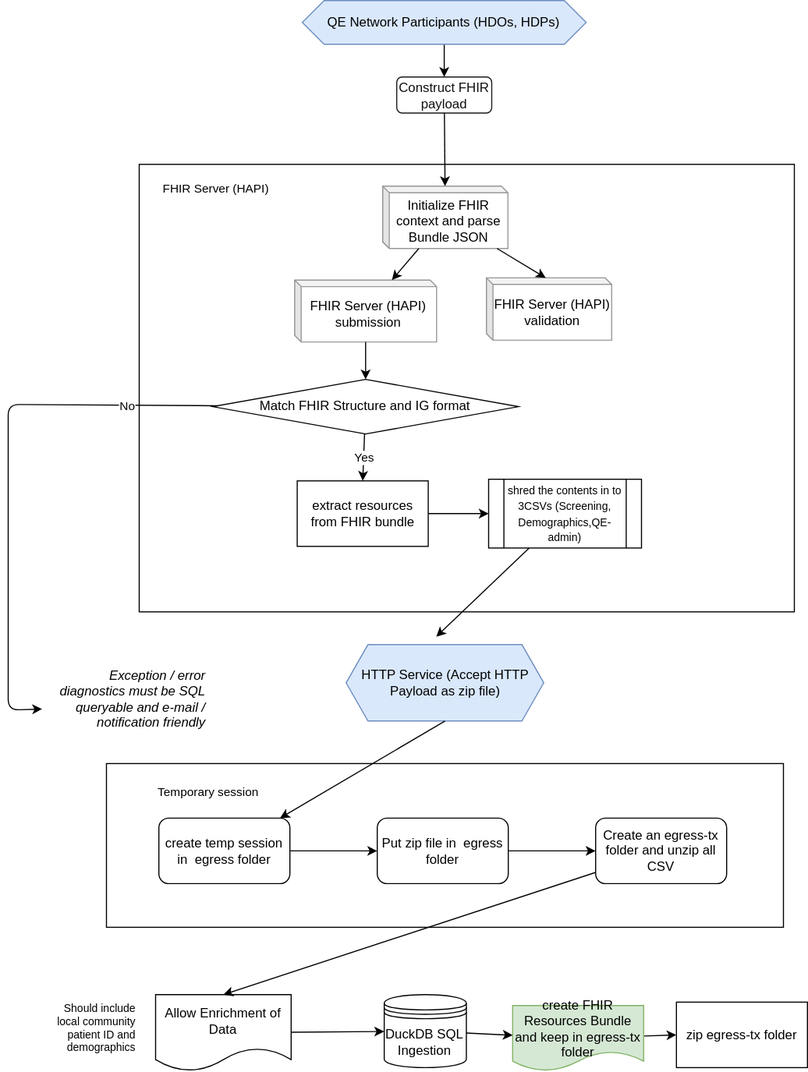
The draw.io diagram support/docs/fhir-expanded.drawio.svg in qe-collaborative-services/1115-hub, before a commit. Source tidied: cells renumbered, new cells last; positions are measured from the earlier drawing's top-left corner, leaving out a move shared by most shapes.
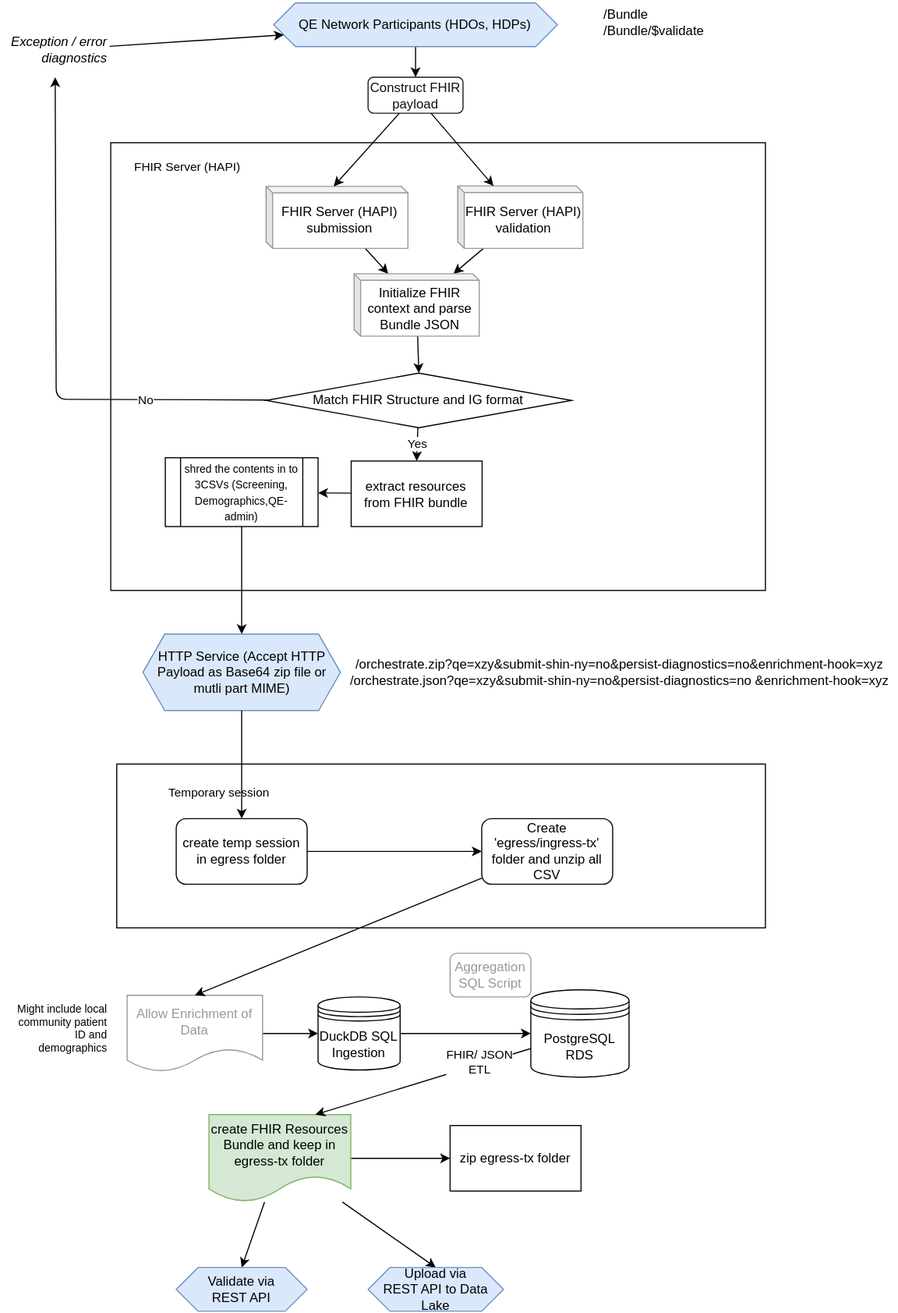
Above is the later version.

Commit message:
docs: Update and expand FHIR flow

What changed in the source:
```diff
@@ -6,40 +6,46 @@
       <mxGeometry relative="1" as="geometry" />
     </mxCell>
     <mxCell id="3" value="create FHIR Resources Bundle and keep in egress-tx folder" style="shape=document;whiteSpace=wrap;html=1;boundedLbl=1;fillColor=#d5e8d4;strokeColor=#82b366;" parent="1" vertex="1">
-      <mxGeometry x="462" y="920.7" width="120" height="60" as="geometry" />
+      <mxGeometry x="210" y="1020" width="130" height="80" as="geometry" />
     </mxCell>
     <mxCell id="4" style="edgeStyle=none;html=1;" parent="1" edge="1" source="5" target="8">
       <mxGeometry relative="1" as="geometry" />
     </mxCell>
     <mxCell id="5" value="QE Network Participants (HDOs, HDPs)" style="shape=hexagon;perimeter=hexagonPerimeter2;whiteSpace=wrap;html=1;fixedSize=1;fillColor=#dae8fc;strokeColor=#6c8ebf;" parent="1" vertex="1">
-      <mxGeometry x="269.4" width="260" height="40" as="geometry" />
+      <mxGeometry x="269.4" y="2" width="260" height="40" as="geometry" />
     </mxCell>
+    <mxCell id="41" style="edgeStyle=none;html=1;entryX=0;entryY=0.75;entryDx=0;entryDy=0;fontColor=#999999;" parent="1" edge="1" source="6" target="5">
+      <mxGeometry relative="1" as="geometry" />
+    </mxCell>
-    <mxCell id="6" value="&lt;span style=&quot;&quot;&gt;Exception / error diagnostics must be SQL queryable and e-mail / notification friendly&lt;/span&gt;" style="text;html=1;strokeColor=none;fillColor=none;align=right;verticalAlign=middle;whiteSpace=wrap;rounded=0;fontStyle=2;" parent="1" vertex="1">
-      <mxGeometry x="30" y="610" width="153" height="60" as="geometry" />
+    <mxCell id="6" value="&lt;span style=&quot;&quot;&gt;Exception / error diagnostics&lt;/span&gt;" style="text;html=1;strokeColor=none;fillColor=none;align=right;verticalAlign=middle;whiteSpace=wrap;rounded=0;fontStyle=2;" parent="1" vertex="1">
+      <mxGeometry x="19" y="20" width="100" height="50" as="geometry" />
     </mxCell>
-    <mxCell id="7" value="HTTP Service (Accept HTTP Payload as zip file)" style="shape=hexagon;perimeter=hexagonPerimeter2;whiteSpace=wrap;html=1;fixedSize=1;fillColor=#dae8fc;strokeColor=#6c8ebf;" parent="1" vertex="1">
-      <mxGeometry x="309.5" y="590" width="181" height="70" as="geometry" />
+    <mxCell id="7" value="HTTP Service (Accept HTTP Payload as Base64 zip file or mutli part MIME)" style="shape=hexagon;perimeter=hexagonPerimeter2;whiteSpace=wrap;html=1;fixedSize=1;fillColor=#dae8fc;strokeColor=#6c8ebf;" parent="1" vertex="1">
+      <mxGeometry x="149.5" y="580" width="181" height="70" as="geometry" />
     </mxCell>
     <mxCell id="8" value="&lt;font color=&quot;#100f0f&quot;&gt;Construct FHIR payload&lt;/font&gt;" style="rounded=1;whiteSpace=wrap;html=1;fontColor=#999999;strokeColor=#1d1b1b;" parent="1" vertex="1">
       <mxGeometry x="355.9" y="70" width="87" height="33" as="geometry" />
     </mxCell>
     <mxCell id="9" style="html=1;whiteSpace=wrap;" parent="1" vertex="1">
-      <mxGeometry x="120" y="150" width="600" height="410" as="geometry" />
+      <mxGeometry x="120" y="130" width="600" height="410" as="geometry" />
     </mxCell>
+    <mxCell id="42" style="edgeStyle=none;html=1;fontColor=#000000;" parent="9" edge="1" source="10" target="19">
+      <mxGeometry relative="1" as="geometry" />
+    </mxCell>
     <mxCell id="10" value="&lt;font color=&quot;#000000&quot;&gt;FHIR Server (HAPI) submission&lt;/font&gt;" style="shape=cube;whiteSpace=wrap;html=1;boundedLbl=1;backgroundOutline=1;darkOpacity=0.05;darkOpacity2=0.1;strokeColor=#999999;fontColor=#999999;size=6;" parent="9" vertex="1">
-      <mxGeometry x="142.3" y="106" width="130" height="56.8" as="geometry" />
+      <mxGeometry x="142.3" y="40" width="130" height="56.8" as="geometry" />
     </mxCell>
+    <mxCell id="43" style="edgeStyle=none;html=1;fontColor=#000000;" parent="9" edge="1" source="11" target="19">
+      <mxGeometry relative="1" as="geometry" />
+    </mxCell>
     <mxCell id="11" value="&lt;font color=&quot;#000000&quot;&gt;FHIR Server (HAPI) validation&lt;/font&gt;" style="shape=cube;whiteSpace=wrap;html=1;boundedLbl=1;backgroundOutline=1;darkOpacity=0.05;darkOpacity2=0.1;strokeColor=#999999;fontColor=#999999;size=6;" parent="9" vertex="1">
-      <mxGeometry x="318" y="104" width="114.7" height="57.1" as="geometry" />
+      <mxGeometry x="318" y="39.6" width="114.7" height="57.1" as="geometry" />
     </mxCell>
     <mxCell id="12" value="Match FHIR Structure and IG format" style="rhombus;whiteSpace=wrap;html=1;" parent="9" vertex="1">
-      <mxGeometry x="67.3" y="197" width="280" height="50" as="geometry" />
+      <mxGeometry x="142.3" y="211" width="280" height="50" as="geometry" />
     </mxCell>
-    <mxCell id="13" style="edgeStyle=none;html=1;" parent="9" edge="1" source="10" target="12">
-      <mxGeometry relative="1" as="geometry" />
-    </mxCell>
     <mxCell id="14" value="&lt;span style=&quot;font-size: 10px; text-align: right;&quot;&gt;shred the contents in to 3CSVs (Screening, Demographics,QE-admin)&lt;/span&gt;" style="shape=process;whiteSpace=wrap;html=1;backgroundOutline=1;" parent="9" vertex="1">
-      <mxGeometry x="320" y="288.5" width="140" height="63" as="geometry" />
+      <mxGeometry x="50" y="288.5" width="140" height="63" as="geometry" />
     </mxCell>
     <mxCell id="15" value="Yes" style="edgeStyle=none;html=1;entryX=0.5;entryY=0;entryDx=0;entryDy=0;" parent="9" edge="1" source="12" target="18">
       <mxGeometry relative="1" as="geometry" />
@@ -53,66 +59,41 @@
       <mxGeometry relative="1" as="geometry" />
     </mxCell>
     <mxCell id="18" value="extract resources from FHIR bundle" style="rounded=0;whiteSpace=wrap;html=1;" parent="9" vertex="1">
-      <mxGeometry x="144.7" y="290" width="120" height="60" as="geometry" />
+      <mxGeometry x="220.3" y="291.5" width="120" height="60" as="geometry" />
     </mxCell>
+    <mxCell id="44" style="edgeStyle=none;html=1;entryX=0.5;entryY=0;entryDx=0;entryDy=0;fontColor=#000000;" parent="9" edge="1" source="19" target="12">
+      <mxGeometry relative="1" as="geometry" />
+    </mxCell>
     <mxCell id="19" value="&lt;font color=&quot;#000000&quot;&gt;Initialize FHIR context and parse Bundle JSON&lt;/font&gt;" style="shape=cube;whiteSpace=wrap;html=1;boundedLbl=1;backgroundOutline=1;darkOpacity=0.05;darkOpacity2=0.1;strokeColor=#999999;fontColor=#999999;size=6;" parent="9" vertex="1">
-      <mxGeometry x="223" y="20" width="114.7" height="57.1" as="geometry" />
+      <mxGeometry x="223" y="120" width="114.7" height="57.1" as="geometry" />
     </mxCell>
-    <mxCell id="20" style="edgeStyle=none;html=1;entryX=0;entryY=0;entryDx=54.35;entryDy=0;entryPerimeter=0;" parent="9" edge="1" source="19" target="11">
-      <mxGeometry relative="1" as="geometry" />
-    </mxCell>
-    <mxCell id="21" style="edgeStyle=none;html=1;" parent="9" edge="1" source="19" target="10">
-      <mxGeometry relative="1" as="geometry" />
-    </mxCell>
-    <mxCell id="22" style="edgeStyle=none;html=1;entryX=0.007;entryY=0.65;entryDx=0;entryDy=0;entryPerimeter=0;" parent="1" edge="1" source="12" target="6">
-      <mxGeometry relative="1" as="geometry">
-        <Array as="points">
-          <mxPoint y="370" />
-          <mxPoint y="650" />
-        </Array>
-      </mxGeometry>
-    </mxCell>
-    <mxCell id="23" value="No" style="edgeLabel;html=1;align=center;verticalAlign=middle;" parent="22" vertex="1">
-      <mxGeometry x="-0.67" y="1" relative="1" as="geometry" />
-    </mxCell>
-    <mxCell id="24" style="edgeStyle=none;html=1;entryX=0.556;entryY=-0.029;entryDx=0;entryDy=0;entryPerimeter=0;" parent="1" edge="1" source="14">
-      <mxGeometry relative="1" as="geometry">
-        <mxPoint x="392" y="582.8" as="targetPoint" />
-      </mxGeometry>
+    <mxCell id="24" style="edgeStyle=none;html=1;entryX=0.5;entryY=0;entryDx=0;entryDy=0;" parent="1" edge="1" source="14" target="7">
+      <mxGeometry relative="1" as="geometry" />
     </mxCell>
-    <mxCell id="25" style="edgeStyle=none;html=1;" parent="1" edge="1" source="8" target="19">
-      <mxGeometry relative="1" as="geometry" />
-    </mxCell>
     <mxCell id="26" style="html=1;whiteSpace=wrap;" parent="1" vertex="1">
-      <mxGeometry x="90" y="699" width="620" height="150" as="geometry" />
+      <mxGeometry x="125.5" y="699" width="594.5" height="150" as="geometry" />
     </mxCell>
     <mxCell id="27" value="Temporary session" style="edgeLabel;html=1;align=center;verticalAlign=middle;fontColor=#000000;" parent="26" vertex="1">
       <mxGeometry x="350" y="408.5" as="geometry">
         <mxPoint x="-257" y="-383" as="offset" />
       </mxGeometry>
     </mxCell>
-    <mxCell id="28" style="edgeStyle=none;html=1;" parent="26" edge="1" source="29" target="31">
+    <mxCell id="28" style="edgeStyle=none;html=1;entryX=0;entryY=0.5;entryDx=0;entryDy=0;" parent="26" edge="1" source="29" target="32">
       <mxGeometry relative="1" as="geometry" />
     </mxCell>
-    <mxCell id="29" value="create temp session in&amp;nbsp; egress folder&amp;nbsp;" style="rounded=1;whiteSpace=wrap;html=1;" parent="26" vertex="1">
-      <mxGeometry x="48" y="50" width="120" height="60" as="geometry" />
+    <mxCell id="29" value="create temp session in egress folder&amp;nbsp;" style="rounded=1;whiteSpace=wrap;html=1;" parent="26" vertex="1">
+      <mxGeometry x="54.5" y="50" width="120" height="60" as="geometry" />
     </mxCell>
-    <mxCell id="30" style="edgeStyle=none;html=1;" parent="26" edge="1" source="31" target="32">
-      <mxGeometry relative="1" as="geometry" />
-    </mxCell>
-    <mxCell id="31" value="Put zip file in&amp;nbsp; egress folder" style="whiteSpace=wrap;html=1;rounded=1;" parent="26" vertex="1">
-      <mxGeometry x="248" y="50" width="120" height="60" as="geometry" />
-    </mxCell>
-    <mxCell id="32" value="Create an egress-tx folder and unzip all CSV" style="whiteSpace=wrap;html=1;rounded=1;" parent="26" vertex="1">
-      <mxGeometry x="448" y="50" width="120" height="60" as="geometry" />
+    <mxCell id="32" value="Create 'egress/ingress-tx' folder and unzip all CSV" style="whiteSpace=wrap;html=1;rounded=1;" parent="26" vertex="1">
+      <mxGeometry x="334.5" y="50" width="120" height="60" as="geometry" />
     </mxCell>
     <mxCell id="33" style="edgeStyle=none;html=1;" parent="1" edge="1" source="34" target="40">
       <mxGeometry relative="1" as="geometry" />
     </mxCell>
-    <mxCell id="34" value="Allow Enrichment of Data" style="shape=document;whiteSpace=wrap;html=1;boundedLbl=1;" parent="1" vertex="1">
+    <mxCell id="34" value="&lt;font color=&quot;#999999&quot;&gt;Allow Enrichment of Data&lt;/font&gt;" style="shape=document;whiteSpace=wrap;html=1;boundedLbl=1;strokeColor=#999999;" parent="1" vertex="1">
       <mxGeometry x="135" y="910.7" width="124.2" height="70" as="geometry" />
     </mxCell>
-    <mxCell id="35" value="Should include local community patient ID and demographics" style="text;html=1;strokeColor=none;fillColor=none;align=right;verticalAlign=middle;whiteSpace=wrap;rounded=0;fontColor=#000000;fontSize=10;" parent="1" vertex="1">
+    <mxCell id="35" value="Might include local community patient ID and demographics" style="text;html=1;strokeColor=none;fillColor=none;align=right;verticalAlign=middle;whiteSpace=wrap;rounded=0;fontColor=#000000;fontSize=10;" parent="1" vertex="1">
       <mxGeometry x="32" y="901" width="87" height="79.7" as="geometry" />
     </mxCell>
     <mxCell id="36" style="edgeStyle=none;html=1;entryX=0.5;entryY=0;entryDx=0;entryDy=0;" parent="1" edge="1" source="32" target="34">
@@ -122,13 +103,59 @@
       <mxGeometry relative="1" as="geometry" />
     </mxCell>
     <mxCell id="38" value="zip egress-tx folder" style="rounded=0;whiteSpace=wrap;html=1;" parent="1" vertex="1">
-      <mxGeometry x="612" y="917.6" width="120" height="60" as="geometry" />
+      <mxGeometry x="431" y="1030" width="120" height="60" as="geometry" />
     </mxCell>
-    <mxCell id="39" style="edgeStyle=none;html=1;" parent="1" edge="1" source="40" target="3">
-      <mxGeometry relative="1" as="geometry" />
-    </mxCell>
+    <mxCell id="45" style="edgeStyle=none;html=1;entryX=0;entryY=0.5;entryDx=0;entryDy=0;fontColor=#000000;" parent="1" edge="1" source="40" target="54">
+      <mxGeometry relative="1" as="geometry" />
+    </mxCell>
     <mxCell id="40" value="DuckDB SQL Ingestion" style="shape=datastore;whiteSpace=wrap;html=1;" parent="1" vertex="1">
-      <mxGeometry x="344.4" y="910.7" width="75.2" height="66.9" as="geometry" />
+      <mxGeometry x="310" y="912.3" width="75.2" height="66.9" as="geometry" />
     </mxCell>
+    <mxCell id="46" value="&lt;font color=&quot;#000000&quot;&gt;/orchestrate.zip?qe=xzy&amp;amp;submit-shin-ny=no&amp;amp;persist-diagnostics=no&amp;amp;enrichment-hook=xyz&lt;br&gt;&lt;/font&gt;&lt;span style=&quot;color: rgb(0, 0, 0);&quot;&gt;/orchestrate.json?qe=xzy&amp;amp;submit-shin-ny=no&amp;amp;persist-diagnostics=no&lt;/span&gt;&lt;span style=&quot;color: rgb(0, 0, 0);&quot;&gt;&amp;amp;enrichment-hook=xyz&lt;/span&gt;&lt;font color=&quot;#000000&quot;&gt;&lt;br&gt;&lt;/font&gt;" style="text;html=1;align=center;verticalAlign=middle;strokeColor=none;fillColor=none;fontColor=#999999;" parent="1" vertex="1">
+      <mxGeometry x="330.5" y="595" width="510" height="40" as="geometry" />
+    </mxCell>
+    <mxCell id="47" value="/Bundle&lt;br&gt;/Bundle/$validate" style="text;html=1;align=left;verticalAlign=middle;strokeColor=none;fillColor=none;fontColor=#000000;" parent="1" vertex="1">
+      <mxGeometry x="570" width="120" height="40" as="geometry" />
+    </mxCell>
+    <mxCell id="22" style="edgeStyle=none;html=1;fontColor=#000000;" parent="1" edge="1" source="12" target="6">
+      <mxGeometry relative="1" as="geometry">
+        <Array as="points">
+          <mxPoint x="70" y="365" />
+        </Array>
+      </mxGeometry>
+    </mxCell>
+    <mxCell id="23" value="No" style="edgeLabel;html=1;align=center;verticalAlign=middle;fontColor=#000000;" parent="22" vertex="1">
+      <mxGeometry x="-0.54" relative="1" as="geometry" />
+    </mxCell>
+    <mxCell id="48" style="edgeStyle=none;html=1;entryX=0;entryY=0;entryDx=62;entryDy=0;entryPerimeter=0;fontColor=#000000;" parent="1" edge="1" source="8" target="10">
+      <mxGeometry relative="1" as="geometry" />
+    </mxCell>
+    <mxCell id="49" style="edgeStyle=none;html=1;fontColor=#000000;" parent="1" edge="1" source="8" target="11">
+      <mxGeometry relative="1" as="geometry" />
+    </mxCell>
+    <mxCell id="50" style="edgeStyle=none;html=1;entryX=0.5;entryY=0;entryDx=0;entryDy=0;fontColor=#000000;" parent="1" edge="1" source="3" target="55">
+      <mxGeometry relative="1" as="geometry" />
+    </mxCell>
+    <mxCell id="51" style="edgeStyle=none;html=1;entryX=0.5;entryY=0;entryDx=0;entryDy=0;strokeColor=#000000;fontColor=#999999;" parent="1" edge="1" source="3" target="56">
+      <mxGeometry relative="1" as="geometry" />
+    </mxCell>
+    <mxCell id="52" style="edgeStyle=none;html=1;entryX=0.75;entryY=0;entryDx=0;entryDy=0;fontColor=#000000;" parent="1" edge="1" source="54" target="3">
+      <mxGeometry relative="1" as="geometry" />
+    </mxCell>
+    <mxCell id="53" value="FHIR/ JSON&lt;br&gt;ETL" style="edgeLabel;html=1;align=center;verticalAlign=middle;fontColor=#000000;" parent="52" vertex="1">
+      <mxGeometry x="-0.53" y="-2" relative="1" as="geometry" />
+    </mxCell>
+    <mxCell id="54" value="PostgreSQL RDS" style="shape=datastore;whiteSpace=wrap;html=1;" parent="1" vertex="1">
+      <mxGeometry x="505" y="905.7" width="90" height="80" as="geometry" />
+    </mxCell>
+    <mxCell id="55" value="Validate via&lt;br&gt;REST API" style="shape=hexagon;perimeter=hexagonPerimeter2;whiteSpace=wrap;html=1;fixedSize=1;fillColor=#dae8fc;strokeColor=#6c8ebf;" parent="1" vertex="1">
+      <mxGeometry x="180" y="1160" width="120" height="40" as="geometry" />
+    </mxCell>
+    <mxCell id="56" value="Upload via&lt;br&gt;REST API to Data Lake" style="shape=hexagon;perimeter=hexagonPerimeter2;whiteSpace=wrap;html=1;fixedSize=1;fillColor=#dae8fc;strokeColor=#6c8ebf;" parent="1" vertex="1">
+      <mxGeometry x="355.9" y="1160" width="124.2" height="40" as="geometry" />
+    </mxCell>
+    <mxCell id="57" value="Aggregation SQL Script" style="rounded=1;whiteSpace=wrap;html=1;fontColor=#999999;strokeColor=#999999;" parent="1" vertex="1">
+      <mxGeometry x="431" y="872.3" width="74" height="40" as="geometry" />
+    </mxCell>
   </root>
 </mxGraphModel>
```
